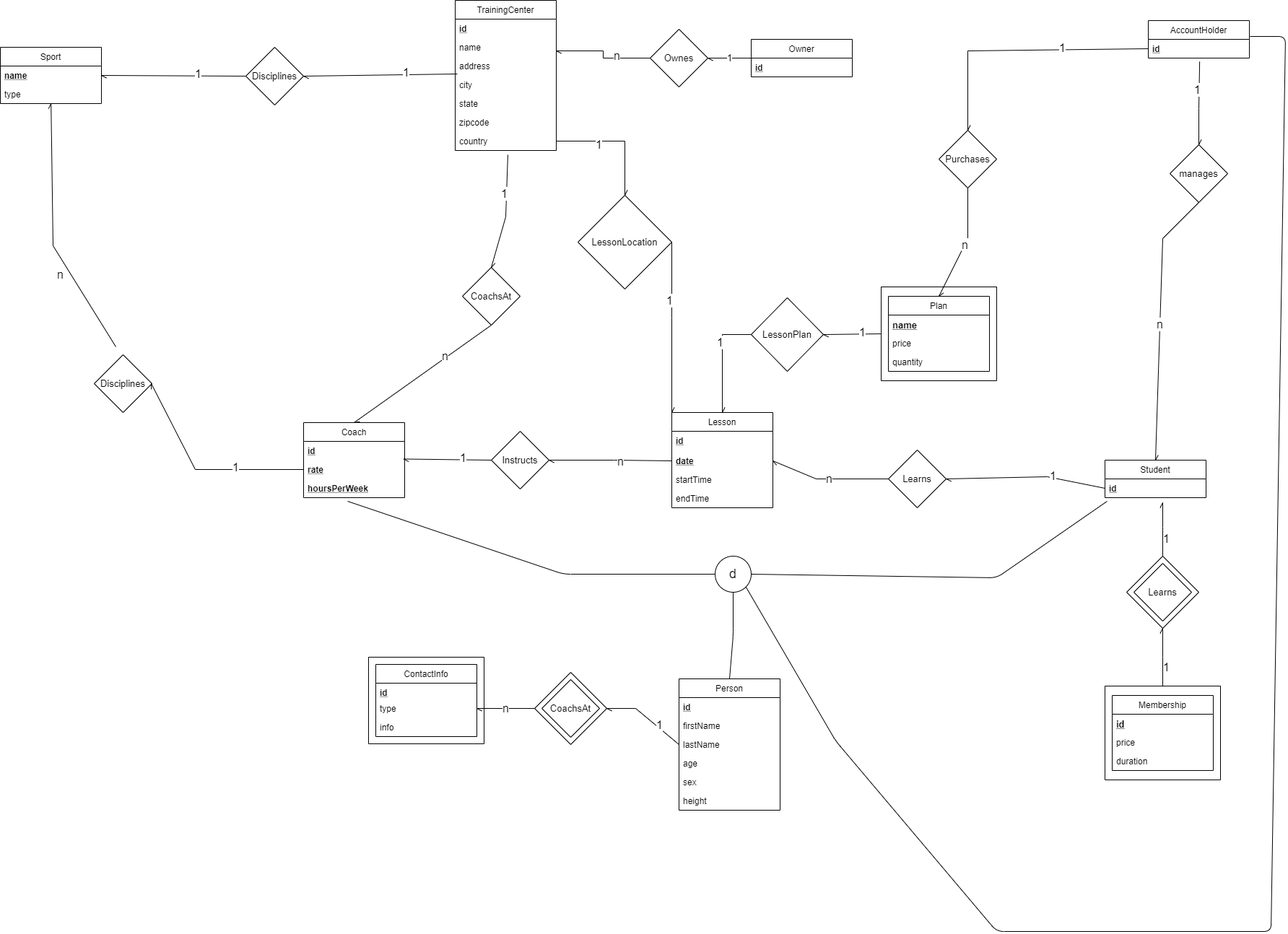
Before: coaching-db-design.png, a diagram exported from draw.io (shahrahim/coaching-management-system). Source tidied: cells renumbered, new cells last; positions are measured from the earlier drawing's top-left corner, leaving out a move shared by most shapes.
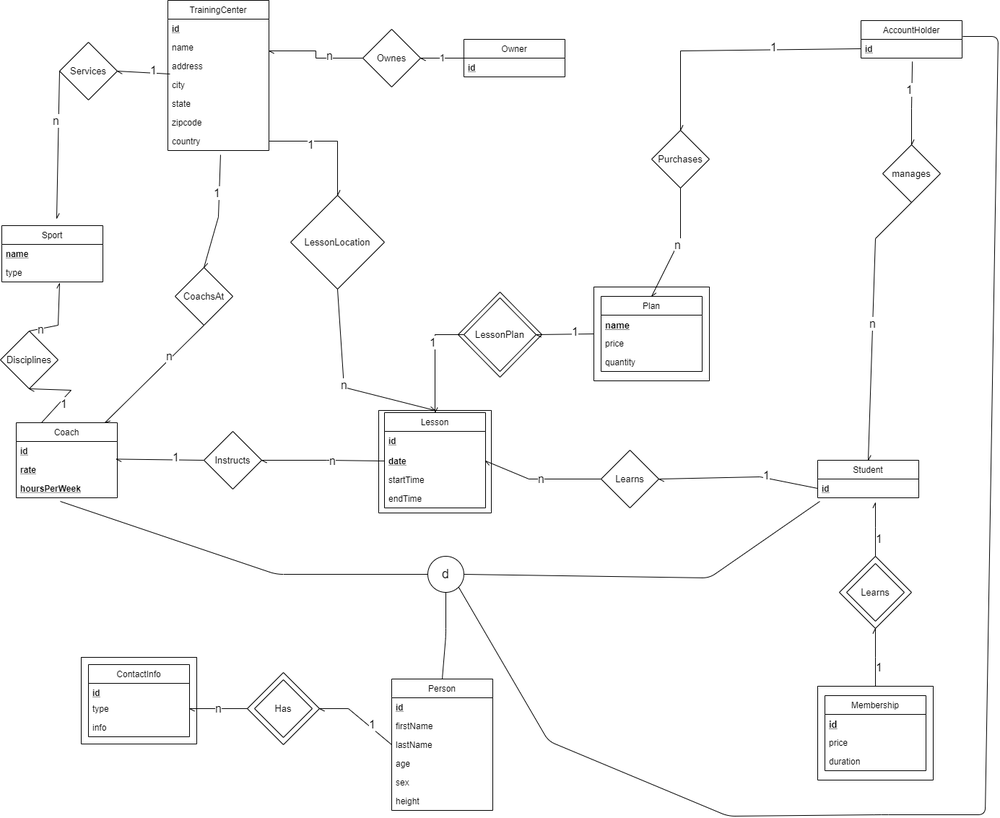
Above is the later version.

Commit message:
CMS-3-db-design-tweaks

What changed in the source:
```diff
@@ -2,6 +2,9 @@
   <root>
     <mxCell id="0" />
     <mxCell id="1" parent="0" />
+    <mxCell id="112" style="rhombus;whiteSpace=wrap;html=1;" parent="1" vertex="1">
+      <mxGeometry x="1032" y="404" width="116" height="118" as="geometry" />
+    </mxCell>
     <mxCell id="2" style="rhombus;whiteSpace=wrap;html=1;" parent="1" vertex="1">
       <mxGeometry x="740" y="931" width="100" height="100" as="geometry" />
     </mxCell>
@@ -102,7 +105,7 @@
       <mxGeometry y="26" width="140" height="26" as="geometry" />
     </mxCell>
     <mxCell id="35" value="Sport" style="swimlane;fontStyle=0;horizontal=1;startSize=26;" parent="1" vertex="1">
-      <mxGeometry y="65" width="140" height="78" as="geometry" />
+      <mxGeometry x="400" y="312" width="140" height="78" as="geometry" />
     </mxCell>
     <mxCell id="36" value="name" style="text;strokeColor=none;fillColor=none;align=left;verticalAlign=top;spacingLeft=4;spacingRight=4;overflow=hidden;points=[[0,0.5],[1,0.5]];portConstraint=eastwest;fontStyle=5;" parent="35" vertex="1">
       <mxGeometry y="26" width="140" height="26" as="geometry" />
@@ -166,7 +169,7 @@
     <mxCell id="54" value="CoachsAt" style="rhombus;whiteSpace=wrap;html=1;fontSize=13;" parent="1" vertex="1">
       <mxGeometry x="640" y="370" width="80" height="80" as="geometry" />
     </mxCell>
-    <mxCell id="55" style="rounded=0;jettySize=auto;html=1;fontSize=16;endArrow=openAsync;endFill=0;exitX=0.5;exitY=1;exitDx=0;exitDy=0;startSize=13;entryX=0.5;entryY=0;entryDx=0;entryDy=0;" parent="1" edge="1" source="54" target="5">
+    <mxCell id="55" style="rounded=0;jettySize=auto;html=1;fontSize=16;endArrow=openAsync;endFill=0;exitX=0.5;exitY=1;exitDx=0;exitDy=0;startSize=13;" parent="1" edge="1" source="54" target="5">
       <mxGeometry relative="1" as="geometry" />
     </mxCell>
     <mxCell id="56" value="n" style="edgeLabel;html=1;align=center;verticalAlign=middle;fontSize=16;" parent="55" vertex="1">
@@ -214,13 +217,13 @@
       <mxGeometry x="-0.33" y="-4" relative="1" as="geometry" />
     </mxCell>
     <mxCell id="66" value="Disciplines" style="rhombus;whiteSpace=wrap;html=1;fontSize=13;" parent="1" vertex="1">
-      <mxGeometry x="130" y="491" width="80" height="80" as="geometry" />
+      <mxGeometry x="398" y="458" width="80" height="80" as="geometry" />
     </mxCell>
-    <mxCell id="67" style="rounded=0;jettySize=auto;html=1;fontSize=16;endArrow=openAsync;endFill=0;startSize=13;" parent="1" edge="1" target="37">
+    <mxCell id="67" style="rounded=0;jettySize=auto;html=1;fontSize=16;endArrow=openAsync;endFill=0;startSize=13;exitX=0.5;exitY=0;exitDx=0;exitDy=0;" parent="1" edge="1" source="66">
       <mxGeometry relative="1" as="geometry">
-        <mxPoint x="160" y="480" as="sourcePoint" />
+        <mxPoint x="480" y="392" as="targetPoint" />
         <Array as="points">
-          <mxPoint x="73" y="340" />
+          <mxPoint x="478" y="450" />
         </Array>
       </mxGeometry>
     </mxCell>
@@ -229,10 +232,10 @@
         <mxPoint x="-17" y="2" as="offset" />
       </mxGeometry>
     </mxCell>
-    <mxCell id="69" style="rounded=0;jettySize=auto;html=1;fontSize=16;endArrow=openAsync;endFill=0;startSize=13;entryX=0.988;entryY=0.5;entryDx=0;entryDy=0;entryPerimeter=0;exitX=0;exitY=0.5;exitDx=0;exitDy=0;" parent="1" edge="1" source="7" target="66">
+    <mxCell id="69" style="rounded=0;jettySize=auto;html=1;fontSize=16;endArrow=openAsync;endFill=0;startSize=13;entryX=0.5;entryY=1;entryDx=0;entryDy=0;exitX=0.25;exitY=0;exitDx=0;exitDy=0;" parent="1" edge="1" source="5" target="66">
       <mxGeometry relative="1" as="geometry">
         <Array as="points">
-          <mxPoint x="270" y="650" />
+          <mxPoint x="496" y="540" />
         </Array>
       </mxGeometry>
     </mxCell>
@@ -269,8 +272,8 @@
     <mxCell id="76" value="1" style="edgeLabel;html=1;align=center;verticalAlign=middle;fontSize=16;" parent="75" vertex="1">
       <mxGeometry x="-0.33" y="-4" relative="1" as="geometry" />
     </mxCell>
-    <mxCell id="77" value="Disciplines" style="rhombus;whiteSpace=wrap;html=1;fontSize=13;" parent="1" vertex="1">
-      <mxGeometry x="340" y="65" width="80" height="80" as="geometry" />
+    <mxCell id="77" value="Services" style="rhombus;whiteSpace=wrap;html=1;fontSize=13;" parent="1" vertex="1">
+      <mxGeometry x="480" y="58" width="80" height="80" as="geometry" />
     </mxCell>
     <mxCell id="78" style="rounded=0;jettySize=auto;html=1;fontSize=16;endArrow=openAsync;endFill=0;startSize=13;exitX=0.021;exitY=-0.077;exitDx=0;exitDy=0;exitPerimeter=0;entryX=1;entryY=0.5;entryDx=0;entryDy=0;" parent="1" edge="1" source="17" target="77">
       <mxGeometry relative="1" as="geometry" />
@@ -278,10 +281,12 @@
     <mxCell id="79" value="1" style="edgeLabel;html=1;align=center;verticalAlign=middle;fontSize=16;" parent="78" vertex="1">
       <mxGeometry x="-0.33" y="-4" relative="1" as="geometry" />
     </mxCell>
-    <mxCell id="80" style="rounded=0;jettySize=auto;html=1;fontSize=16;endArrow=openAsync;endFill=0;startSize=13;exitX=0;exitY=0.5;exitDx=0;exitDy=0;entryX=1;entryY=0.5;entryDx=0;entryDy=0;" parent="1" edge="1" source="77" target="36">
-      <mxGeometry relative="1" as="geometry" />
+    <mxCell id="80" style="rounded=0;jettySize=auto;html=1;fontSize=16;endArrow=openAsync;endFill=0;startSize=13;exitX=0;exitY=0.5;exitDx=0;exitDy=0;" parent="1" edge="1" source="77">
+      <mxGeometry relative="1" as="geometry">
+        <mxPoint x="476" y="302" as="targetPoint" />
+      </mxGeometry>
     </mxCell>
-    <mxCell id="81" value="1" style="edgeLabel;html=1;align=center;verticalAlign=middle;fontSize=16;" parent="80" vertex="1">
+    <mxCell id="81" value="n" style="edgeLabel;html=1;align=center;verticalAlign=middle;fontSize=16;" parent="80" vertex="1">
       <mxGeometry x="-0.33" y="-4" relative="1" as="geometry" />
     </mxCell>
     <mxCell id="82" value="Purchases" style="rhombus;whiteSpace=wrap;html=1;fontSize=13;" parent="1" vertex="1">
@@ -339,16 +344,6 @@
     <mxCell id="94" value="1" style="edgeLabel;html=1;align=center;verticalAlign=middle;fontSize=16;" parent="93" vertex="1">
       <mxGeometry x="-0.33" y="-4" relative="1" as="geometry" />
     </mxCell>
-    <mxCell id="95" style="rounded=0;jettySize=auto;html=1;fontSize=16;endArrow=openAsync;endFill=0;startSize=13;exitX=1;exitY=0.5;exitDx=0;exitDy=0;entryX=0;entryY=0;entryDx=0;entryDy=0;" parent="1" edge="1" source="92" target="38">
-      <mxGeometry relative="1" as="geometry">
-        <Array as="points">
-          <mxPoint x="930" y="440" />
-        </Array>
-      </mxGeometry>
-    </mxCell>
-    <mxCell id="96" value="1" style="edgeLabel;html=1;align=center;verticalAlign=middle;fontSize=16;" parent="95" vertex="1">
-      <mxGeometry x="-0.33" y="-4" relative="1" as="geometry" />
-    </mxCell>
     <mxCell id="97" value="Learns" style="rhombus;whiteSpace=wrap;html=1;fontSize=13;" parent="1" vertex="1">
       <mxGeometry x="1570" y="780" width="80" height="80" as="geometry" />
     </mxCell>
@@ -373,7 +368,7 @@
     <mxCell id="101" value="1" style="edgeLabel;html=1;align=center;verticalAlign=middle;fontSize=16;" parent="100" vertex="1">
       <mxGeometry x="-0.33" y="-4" relative="1" as="geometry" />
     </mxCell>
-    <mxCell id="102" value="CoachsAt" style="rhombus;whiteSpace=wrap;html=1;fontSize=13;" parent="1" vertex="1">
+    <mxCell id="102" value="Has" style="rhombus;whiteSpace=wrap;html=1;fontSize=13;" parent="1" vertex="1">
       <mxGeometry x="750" y="941" width="80" height="80" as="geometry" />
     </mxCell>
     <mxCell id="103" style="rounded=0;jettySize=auto;html=1;fontSize=16;endArrow=openAsync;endFill=0;startSize=13;entryX=1;entryY=0.5;entryDx=0;entryDy=0;exitX=0;exitY=0.5;exitDx=0;exitDy=0;" parent="1" edge="1" source="28" target="2">
@@ -424,11 +419,22 @@
       <mxGeometry relative="1" as="geometry">
         <Array as="points">
           <mxPoint x="1157.1" y="1026" />
-          <mxPoint x="1380" y="1290" />
-          <mxPoint x="1760" y="1290" />
+          <mxPoint x="1406" y="1130" />
+          <mxPoint x="1618" y="1128" />
+          <mxPoint x="1762" y="1128" />
           <mxPoint x="1780" y="50" />
         </Array>
       </mxGeometry>
     </mxCell>
+    <mxCell id="113" style="swimlane;startSize=0;" parent="1" vertex="1">
+      <mxGeometry x="922" y="568" width="156" height="142" as="geometry" />
+    </mxCell>
+    <mxCell id="114" value="n" style="rounded=0;jettySize=auto;html=1;fontSize=16;endArrow=openAsync;endFill=0;startSize=13;exitX=0.5;exitY=1;exitDx=0;exitDy=0;entryX=0.5;entryY=0;entryDx=0;entryDy=0;" parent="1" edge="1" source="92" target="113">
+      <mxGeometry relative="1" as="geometry">
+        <Array as="points">
+          <mxPoint x="874" y="536" />
+        </Array>
+      </mxGeometry>
+    </mxCell>
   </root>
 </mxGraphModel>
```
